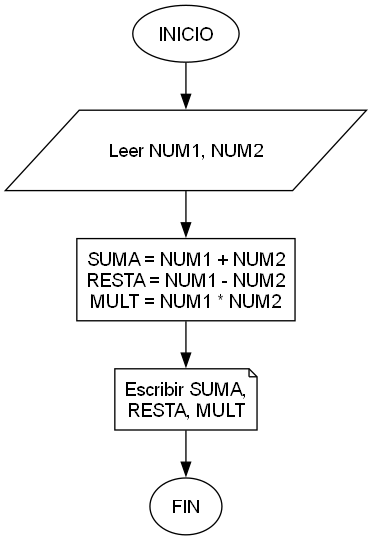
Above: Ejercicios/PS_2_12/Diagrama/PS_2_12.png in 23Leilany166/java-tutor-tics (Graphviz), before the change. Its source is kept beside it as Ejercicios/PS_2_12/Diagrama/PS_2_12.dot.
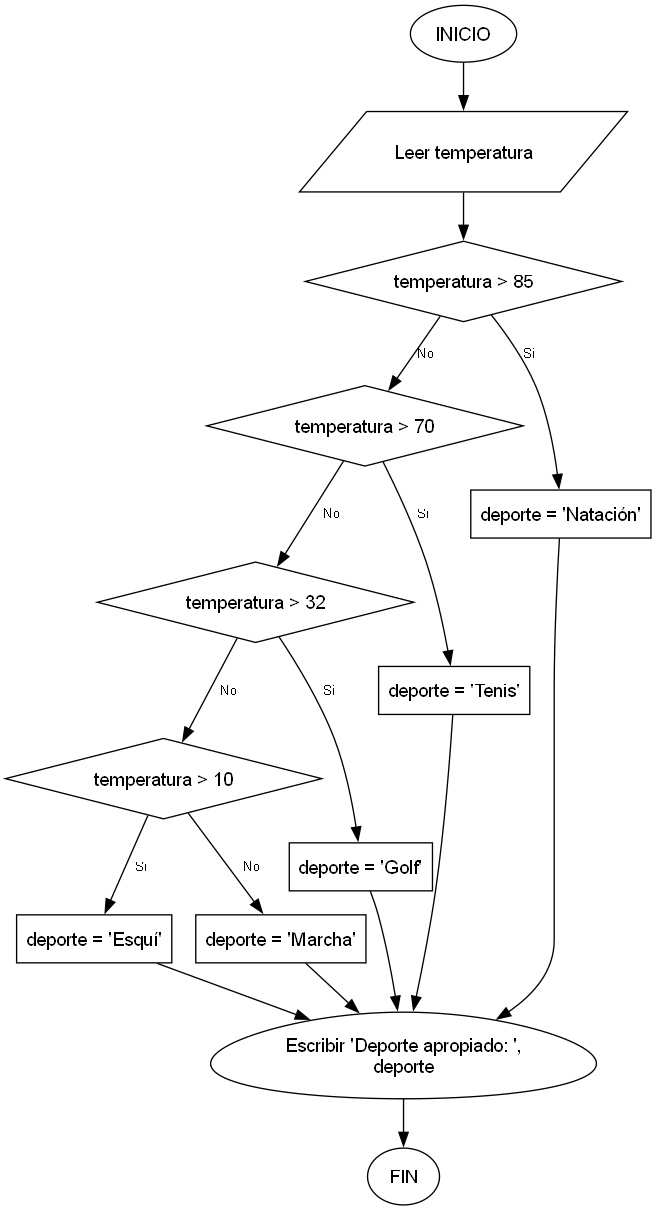
The same diagram one commit later.

Change to the diagram source:
```diff
@@ -1,16 +1,36 @@
-digraph PS_1_1 {
+digraph PS_2_12 {
     graph [bgcolor="transparent"];
     node [shape=rect, fontname="Arial", margin="0.1,0.1"];
     edge [fontname="Arial", fontsize=10];
 
     INICIO [shape=ellipse, label="INICIO"];
-    LEER_NUMS [shape=parallelogram, label="Leer NUM1, NUM2"];
-    CALCULAR [label="SUMA = NUM1 + NUM2\nRESTA = NUM1 - NUM2\nMULT = NUM1 * NUM2"];
-    IMPRIMIR [shape=note, label="Escribir SUMA,\nRESTA, MULT"];
+    LEER_TEMP [shape=parallelogram, label="Leer temperatura"];
+    COND_85 [shape=diamond, label="temperatura > 85"];
+    COND_70 [shape=diamond, label="temperatura > 70"];
+    COND_32 [shape=diamond, label="temperatura > 32"];
+    COND_10 [shape=diamond, label="temperatura > 10"];
+    ASIGNAR_NATACION [label="deporte = 'Natación'"];
+    ASIGNAR_TENIS [label="deporte = 'Tenis'"];
+    ASIGNAR_GOLF [label="deporte = 'Golf'"];
+    ASIGNAR_ESQUI [label="deporte = 'Esquí'"];
+    ASIGNAR_MARCHA [label="deporte = 'Marcha'"];
+    IMPRIMIR [shape=egg, label="Escribir 'Deporte apropiado: ',\ndeporte"];
     FIN [shape=ellipse, label="FIN"];
 
-    INICIO -> LEER_NUMS;
-    LEER_NUMS -> CALCULAR;
-    CALCULAR -> IMPRIMIR;
+    INICIO -> LEER_TEMP;
+    LEER_TEMP -> COND_85;
+    COND_85 -> ASIGNAR_NATACION [label="Si"];
+    COND_85 -> COND_70 [label="No"];
+    COND_70 -> ASIGNAR_TENIS [label="Si"];
+    COND_70 -> COND_32 [label="No"];
+    COND_32 -> ASIGNAR_GOLF [label="Si"];
+    COND_32 -> COND_10 [label="No"];
+    COND_10 -> ASIGNAR_ESQUI [label="Si"];
+    COND_10 -> ASIGNAR_MARCHA [label="No"];
+    ASIGNAR_NATACION -> IMPRIMIR;
+    ASIGNAR_TENIS -> IMPRIMIR;
+    ASIGNAR_GOLF -> IMPRIMIR;
+    ASIGNAR_ESQUI -> IMPRIMIR;
+    ASIGNAR_MARCHA -> IMPRIMIR;
     IMPRIMIR -> FIN;
 }
```
